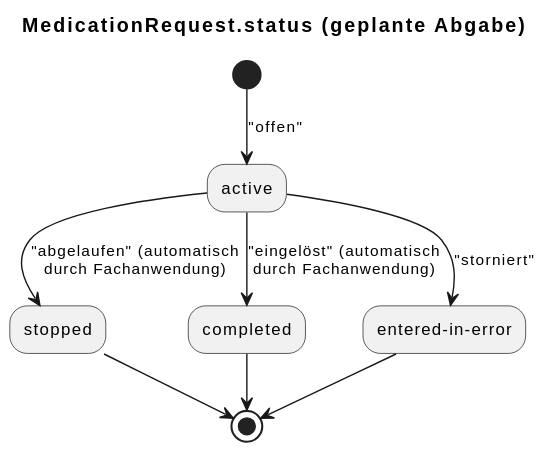
Earlier version of the PlantUML export input/images/plantuml/stateDiagram_mr_status_geplante_abgabe.svg (HL7Austria/ELGA-e-Medikation-R4).
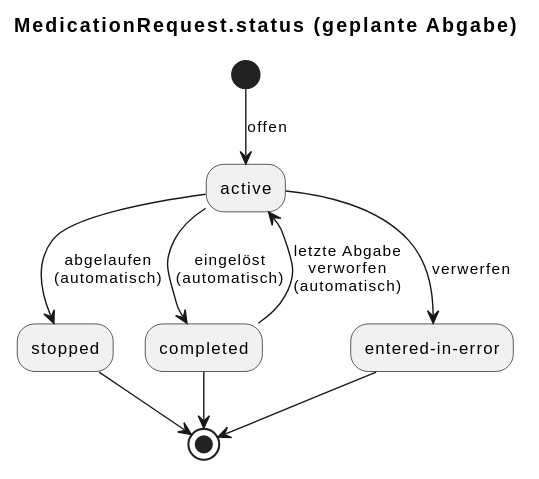
After the change.

Commit message:
Update "letzte Abgabe verworfen"

Change to the diagram source:
```diff
@@ -1,10 +1,11 @@
 @startuml
 title MedicationRequest.status (geplante Abgabe)
 
-(*) --> ["offen"] active
-active --> ["abgelaufen" (automatisch\ndurch Fachanwendung)] stopped
-active --> ["eingelöst" (automatisch\ndurch Fachanwendung)] completed
-active --> ["storniert"] entered-in-error
+(*) --> [offen] active
+active --> [abgelaufen\n(automatisch)] stopped
+active --> [eingelöst\n(automatisch)] completed
+completed --> [letzte Abgabe\nverworfen\n(automatisch)] active
+active --> [verwerfen] entered-in-error
 stopped --> (*)
 "entered-in-error" --> (*)
 completed --> (*)
```
